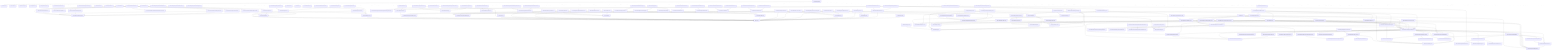
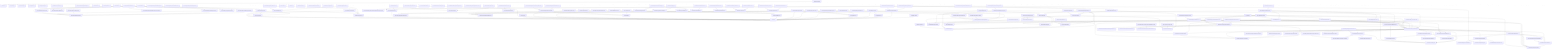
graph TD
  package__ankhorage_studio["@ankhorage/studio"]
  entrypoint_src_index_ts["src/index.ts"]
  package__ankhorage_studio --> entrypoint_src_index_ts
  module_knip_config_ts["knip.config.ts"]
  package__ankhorage_studio -.-> module_knip_config_ts
  module_paradox_config_ts["paradox.config.ts"]
  package__ankhorage_studio -.-> module_paradox_config_ts
  module_src_app_index_ts["src/app/index.ts"]
  package__ankhorage_studio -.-> module_src_app_index_ts
  module_src_app_StudioApp_tsx["src/app/StudioApp.tsx"]
  package__ankhorage_studio -.-> module_src_app_StudioApp_tsx
  module_src_app_StudioDashboard_tsx["src/app/StudioDashboard.tsx"]
  package__ankhorage_studio -.-> module_src_app_StudioDashboard_tsx
  module_src_app_StudioDashboard_tsx --> module_src_hooks_useProjects_ts
  module_src_app_StudioDashboard_tsx --> module_src_hooks_useTemplateSummaries_ts
  module_src_app_StudioDashboard_tsx --> module_src_modules_dashboard_platform_ts
  module_src_app_StudioDashboard_tsx --> module_src_modules_dashboard_search_ts
  module_src_app_StudioDashboard_tsx --> module_src_modules_dashboard_templates_ts
  module_src_app_StudioDashboard_tsx --> module_src_modules_dashboard_types_ts
  module_src_app_StudioDashboard_tsx --> module_src_modules_dashboard_ui_DashboardSectionHeader_tsx
  module_src_app_StudioDashboard_tsx --> module_src_modules_dashboard_ui_ProjectCard_tsx
  module_src_app_StudioDashboard_tsx --> module_src_modules_dashboard_ui_TemplateCard_tsx
  module_src_authFlowContract_test_ts["src/authFlowContract.test.ts"]
  package__ankhorage_studio -.-> module_src_authFlowContract_test_ts
  module_src_authSettings_test_ts["src/authSettings.test.ts"]
  package__ankhorage_studio -.-> module_src_authSettings_test_ts
  module_src_authSettings_test_ts --> module_src_authSettings_ts
  module_src_authSettings_ts["src/authSettings.ts"]
  package__ankhorage_studio -.-> module_src_authSettings_ts
  module_src_canvasDragModel_public_test_ts["src/canvasDragModel.public.test.ts"]
  package__ankhorage_studio -.-> module_src_canvasDragModel_public_test_ts
  module_src_canvasDragModel_public_test_ts --> module_src_canvasDragModel_ts
  module_src_canvasDragModel_public_test_ts --> module_src_canvasDropZones_ts
  module_src_canvasDragModel_test_ts["src/canvasDragModel.test.ts"]
  package__ankhorage_studio -.-> module_src_canvasDragModel_test_ts
  module_src_canvasDragModel_test_ts --> module_src_canvasDragModel_ts
  module_src_canvasDragModel_test_ts --> module_src_canvasDropZones_ts
  module_src_canvasDragModel_ts["src/canvasDragModel.ts"]
  package__ankhorage_studio -.-> module_src_canvasDragModel_ts
  module_src_canvasDragModel_ts --> module_src_canvasDropZones_ts
  module_src_canvasDragModel_ts --> module_src_index_ts
  module_src_canvasDropZones_test_ts["src/canvasDropZones.test.ts"]
  package__ankhorage_studio -.-> module_src_canvasDropZones_test_ts
  module_src_canvasDropZones_test_ts --> module_src_canvasDropZones_ts
  module_src_canvasDropZones_test_ts --> module_src_index_ts
  module_src_canvasDropZones_ts["src/canvasDropZones.ts"]
  package__ankhorage_studio -.-> module_src_canvasDropZones_ts
  module_src_canvasDropZones_ts --> module_src_index_ts
  module_src_cli_index_ts["src/cli/index.ts"]
  package__ankhorage_studio -.-> module_src_cli_index_ts
  module_src_cli_index_ts --> module_src_host_createStudioHost_ts
  module_src_cli_index_ts --> module_src_host_http_server_ts
  module_src_cli_index_ts --> module_src_host_templateRegistry_index_ts
  module_src_cli_index_ts --> module_src_host_utils_workspaceRoot_ts
  module_src_core_constants_ts["src/core/constants.ts"]
  package__ankhorage_studio -.-> module_src_core_constants_ts
  module_src_core_StudioContext_ts["src/core/StudioContext.ts"]
  package__ankhorage_studio -.-> module_src_core_StudioContext_ts
  module_src_core_StudioContext_ts --> module_src_index_ts
  module_src_core_studioPackageBoundary_ts["src/core/studioPackageBoundary.ts"]
  package__ankhorage_studio -.-> module_src_core_studioPackageBoundary_ts
  module_src_core_StudioProvider_ts["src/core/StudioProvider.ts"]
  package__ankhorage_studio -.-> module_src_core_StudioProvider_ts
  module_src_core_StudioProvider_ts --> module_src_core_StudioContext_ts
  module_src_core_StudioProvider_ts --> module_src_index_ts
  module_src_dnd_index_ts["src/dnd/index.ts"]
  package__ankhorage_studio -.-> module_src_dnd_index_ts
  module_src_dnd_primitives_ts["src/dnd/primitives.ts"]
  package__ankhorage_studio -.-> module_src_dnd_primitives_ts
  module_src_dnd_state_ts["src/dnd/state.ts"]
  package__ankhorage_studio -.-> module_src_dnd_state_ts
  module_src_hooks_useProjects_ts["src/hooks/useProjects.ts"]
  package__ankhorage_studio -.-> module_src_hooks_useProjects_ts
  module_src_hooks_useProjects_ts --> module_src_core_constants_ts
  module_src_hooks_useTemplateSummaries_ts["src/hooks/useTemplateSummaries.ts"]
  package__ankhorage_studio -.-> module_src_hooks_useTemplateSummaries_ts
  module_src_hooks_useTemplateSummaries_ts --> module_src_core_constants_ts
  module_src_hooks_useTemplateSummaries_ts --> module_src_modules_dashboard_types_ts
  module_src_host_auth_projectAuthHealthService_ts["src/host/auth/projectAuthHealthService.ts"]
  package__ankhorage_studio -.-> module_src_host_auth_projectAuthHealthService_ts
  module_src_host_auth_projectAuthHealthService_ts --> module_src_host_orchestrator_projectManager_ts
  module_src_host_auth_projectAuthHealthService_ts --> module_src_host_secrets_projectSecretService_ts
  module_src_host_auth_projectAuthHealthService_ts --> module_src_projectAuthHealth_ts
  module_src_host_auth_projectAuthService_test_ts["src/host/auth/projectAuthService.test.ts"]
  package__ankhorage_studio -.-> module_src_host_auth_projectAuthService_test_ts
  module_src_host_auth_projectAuthService_test_ts --> module_src_host_auth_projectAuthService_ts
  module_src_host_auth_projectAuthService_ts["src/host/auth/projectAuthService.ts"]
  package__ankhorage_studio -.-> module_src_host_auth_projectAuthService_ts
  module_src_host_auth_projectAuthService_ts --> module_src_authSettings_ts
  module_src_host_auth_projectAuthService_ts --> module_src_host_orchestrator_projectManager_ts
  module_src_host_createStudioHost_ts["src/host/createStudioHost.ts"]
  package__ankhorage_studio -.-> module_src_host_createStudioHost_ts
  module_src_host_createStudioHost_ts --> module_src_host_orchestrator_infraRuntime_ts
  module_src_host_createStudioHost_ts --> module_src_host_orchestrator_moduleManager_ts
  module_src_host_createStudioHost_ts --> module_src_host_orchestrator_projectManager_ts
  module_src_host_hostLifecycle_smoke_test_ts["src/host/hostLifecycle.smoke.test.ts"]
  package__ankhorage_studio -.-> module_src_host_hostLifecycle_smoke_test_ts
  module_src_host_hostLifecycle_smoke_test_ts --> module_src_host_orchestrator_moduleManager_ts
  module_src_host_hostLifecycle_smoke_test_ts --> module_src_host_orchestrator_projectManager_ts
  module_src_host_hostLifecycle_smoke_test_ts --> module_src_host_templateRegistry_index_ts
  module_src_host_hostOwnership_test_ts["src/host/hostOwnership.test.ts"]
  package__ankhorage_studio -.-> module_src_host_hostOwnership_test_ts
  module_src_host_hostOwnership_test_ts --> module_src_host_http_security_ts
  module_src_host_hostOwnership_test_ts --> module_src_host_orchestrator_projectPaths_ts
  module_src_host_hostOwnership_test_ts --> module_src_host_utils_workspaceRoot_ts
  module_src_host_http_authRoutes_ts["src/host/http/authRoutes.ts"]
  package__ankhorage_studio -.-> module_src_host_http_authRoutes_ts
  module_src_host_http_authRoutes_ts --> module_src_host_auth_projectAuthHealthService_ts
  module_src_host_http_authRoutes_ts --> module_src_host_auth_projectAuthService_ts
  module_src_host_http_authRoutes_ts --> module_src_host_orchestrator_projectManager_ts
  module_src_host_http_authRoutes_ts --> module_src_host_secrets_projectSecretService_ts
  module_src_host_http_secretRoutes_ts["src/host/http/secretRoutes.ts"]
  package__ankhorage_studio -.-> module_src_host_http_secretRoutes_ts
  module_src_host_http_secretRoutes_ts --> module_src_host_orchestrator_projectManager_ts
  module_src_host_http_secretRoutes_ts --> module_src_host_secrets_projectSecretService_ts
  module_src_host_http_security_ts["src/host/http/security.ts"]
  package__ankhorage_studio -.-> module_src_host_http_security_ts
  module_src_host_http_server_ts["src/host/http/server.ts"]
  package__ankhorage_studio -.-> module_src_host_http_server_ts
  module_src_host_http_server_ts --> module_src_host_http_security_ts
  module_src_host_http_server_ts --> module_src_host_orchestrator_infraRuntime_ts
  module_src_host_http_server_ts --> module_src_host_orchestrator_moduleManager_ts
  module_src_host_http_server_ts --> module_src_host_orchestrator_projectManager_ts
  module_src_host_http_server_ts --> module_src_host_orchestrator_resolveMutations_ts
  module_src_host_http_server_ts --> module_src_host_templateRegistry_index_ts
  module_src_host_http_server_ts --> module_src_host_utils_trimOutput_ts
  module_src_host_http_server_ts --> module_src_host_utils_workspaceRoot_ts
  module_src_host_http_serverWithSecrets_ts["src/host/http/serverWithSecrets.ts"]
  package__ankhorage_studio -.-> module_src_host_http_serverWithSecrets_ts
  module_src_host_http_serverWithSecrets_ts --> module_src_host_http_authRoutes_ts
  module_src_host_http_serverWithSecrets_ts --> module_src_host_http_secretRoutes_ts
  module_src_host_http_serverWithSecrets_ts --> module_src_host_http_server_ts
  module_src_host_http_serverWithSecrets_ts --> module_src_host_orchestrator_moduleManager_ts
  module_src_host_http_serverWithSecrets_ts --> module_src_host_orchestrator_projectManager_ts
  module_src_host_http_serverWithSecrets_ts --> module_src_host_utils_workspaceRoot_ts
  module_src_host_http_standalone_ts["src/host/http/standalone.ts"]
  package__ankhorage_studio -.-> module_src_host_http_standalone_ts
  module_src_host_http_standalone_ts --> module_src_host_http_serverWithSecrets_ts
  module_src_host_index_ts["src/host/index.ts"]
  package__ankhorage_studio -.-> module_src_host_index_ts
  module_src_host_layout_auth_resolveAuthLayoutPlan_test_ts["src/host/layout/auth/resolveAuthLayoutPlan.test.ts"]
  package__ankhorage_studio -.-> module_src_host_layout_auth_resolveAuthLayoutPlan_test_ts
  module_src_host_layout_auth_resolveAuthLayoutPlan_test_ts --> module_src_host_layout_auth_resolveAuthLayoutPlan_ts
  module_src_host_layout_auth_resolveAuthLayoutPlan_ts["src/host/layout/auth/resolveAuthLayoutPlan.ts"]
  package__ankhorage_studio -.-> module_src_host_layout_auth_resolveAuthLayoutPlan_ts
  module_src_host_layout_layoutGenerator_test_ts["src/host/layout/layoutGenerator.test.ts"]
  package__ankhorage_studio -.-> module_src_host_layout_layoutGenerator_test_ts
  module_src_host_layout_layoutGenerator_test_ts --> module_src_host_layout_layoutGenerator_ts
  module_src_host_layout_layoutGenerator_ts["src/host/layout/layoutGenerator.ts"]
  package__ankhorage_studio -.-> module_src_host_layout_layoutGenerator_ts
  module_src_host_layout_layoutGenerator_ts --> module_src_host_layout_auth_resolveAuthLayoutPlan_ts
  module_src_host_layout_layoutGenerator_ts --> module_src_host_layout_templates_index_ts
  module_src_host_layout_layoutGenerator_ts --> module_src_host_modules_layout_ts
  module_src_host_layout_templates_auth_adapter_ts["src/host/layout/templates/auth/adapter.ts"]
  package__ankhorage_studio -.-> module_src_host_layout_templates_auth_adapter_ts
  module_src_host_layout_templates_auth_screen_ts["src/host/layout/templates/auth/screen.ts"]
  package__ankhorage_studio -.-> module_src_host_layout_templates_auth_screen_ts
  module_src_host_layout_templates_auth_screen_ts --> module_src_host_layout_templates_utils_routes_ts
  module_src_host_layout_templates_auth_screen_ts --> module_src_host_layout_templates_utils_strings_ts
  module_src_host_layout_templates_auth_screen_ts --> module_src_host_layout_utils_escapeStringLiteral_ts
  module_src_host_layout_templates_auth_session_ts["src/host/layout/templates/auth/session.ts"]
  package__ankhorage_studio -.-> module_src_host_layout_templates_auth_session_ts
  module_src_host_layout_templates_auth_signOut_ts["src/host/layout/templates/auth/signOut.ts"]
  package__ankhorage_studio -.-> module_src_host_layout_templates_auth_signOut_ts
  module_src_host_layout_templates_index_ts["src/host/layout/templates/index.ts"]
  package__ankhorage_studio -.-> module_src_host_layout_templates_index_ts
  module_src_host_layout_templates_navigation_ts["src/host/layout/templates/navigation.ts"]
  package__ankhorage_studio -.-> module_src_host_layout_templates_navigation_ts
  module_src_host_layout_templates_navigation_ts --> module_src_host_layout_utils_escapeStringLiteral_ts
  module_src_host_layout_templates_nestedLayout_ts["src/host/layout/templates/nestedLayout.ts"]
  package__ankhorage_studio -.-> module_src_host_layout_templates_nestedLayout_ts
  module_src_host_layout_templates_nestedLayout_ts --> module_src_host_layout_templates_navigation_ts
  module_src_host_layout_templates_nestedLayout_ts --> module_src_host_layout_templates_utils_strings_ts
  module_src_host_layout_templates_redirect_ts["src/host/layout/templates/redirect.ts"]
  package__ankhorage_studio -.-> module_src_host_layout_templates_redirect_ts
  module_src_host_layout_templates_redirect_ts --> module_src_host_layout_utils_escapeStringLiteral_ts
  module_src_host_layout_templates_rootLayout_test_ts["src/host/layout/templates/rootLayout.test.ts"]
  package__ankhorage_studio -.-> module_src_host_layout_templates_rootLayout_test_ts
  module_src_host_layout_templates_rootLayout_test_ts --> module_src_host_layout_templates_rootLayout_ts
  module_src_host_layout_templates_rootLayout_ts["src/host/layout/templates/rootLayout.ts"]
  package__ankhorage_studio -.-> module_src_host_layout_templates_rootLayout_ts
  module_src_host_layout_templates_rootLayout_ts --> module_src_host_layout_templates_navigation_ts
  module_src_host_layout_templates_rootLayout_ts --> module_src_host_layout_templates_utils_routes_ts
  module_src_host_layout_templates_rootLayout_ts --> module_src_host_layout_utils_escapeStringLiteral_ts
  module_src_host_layout_templates_rootLayout_ts --> module_src_host_modules_layout_ts
  module_src_host_layout_templates_screen_ts["src/host/layout/templates/screen.ts"]
  package__ankhorage_studio -.-> module_src_host_layout_templates_screen_ts
  module_src_host_layout_templates_screen_ts --> module_src_host_layout_templates_utils_strings_ts
  module_src_host_layout_templates_screen_ts --> module_src_host_layout_utils_escapeStringLiteral_ts
  module_src_host_layout_templates_utils_routes_ts["src/host/layout/templates/utils/routes.ts"]
  package__ankhorage_studio -.-> module_src_host_layout_templates_utils_routes_ts
  module_src_host_layout_templates_utils_strings_ts["src/host/layout/templates/utils/strings.ts"]
  package__ankhorage_studio -.-> module_src_host_layout_templates_utils_strings_ts
  module_src_host_layout_utils_escapeStringLiteral_ts["src/host/layout/utils/escapeStringLiteral.ts"]
  package__ankhorage_studio -.-> module_src_host_layout_utils_escapeStringLiteral_ts
  module_src_host_manifestSystem_auth_index_ts["src/host/manifestSystem/auth/index.ts"]
  package__ankhorage_studio -.-> module_src_host_manifestSystem_auth_index_ts
  module_src_host_manifestSystem_auth_shared_global_auth_system_tpl_ts["src/host/manifestSystem/auth/shared/global.auth.system.tpl.ts"]
  package__ankhorage_studio -.-> module_src_host_manifestSystem_auth_shared_global_auth_system_tpl_ts
  module_src_host_manifestSystem_auth_shared_index_ts["src/host/manifestSystem/auth/shared/index.ts"]
  package__ankhorage_studio -.-> module_src_host_manifestSystem_auth_shared_index_ts
  module_src_host_manifestSystem_auth_shared_index_ts --> module_src_host_manifestSystem_auth_shared_global_auth_system_tpl_ts
  module_src_host_manifestSystem_auth_shared_index_ts --> module_src_host_manifestSystem_types_ts
  module_src_host_manifestSystem_index_ts["src/host/manifestSystem/index.ts"]
  package__ankhorage_studio -.-> module_src_host_manifestSystem_index_ts
  module_src_host_manifestSystem_index_ts --> module_src_host_manifestSystem_auth_index_ts
  module_src_host_manifestSystem_index_ts --> module_src_host_manifestSystem_types_ts
  module_src_host_manifestSystem_index_ts --> module_src_host_utils_requirementsInference_ts
  module_src_host_manifestSystem_types_ts["src/host/manifestSystem/types.ts"]
  package__ankhorage_studio -.-> module_src_host_manifestSystem_types_ts
  module_src_host_modules_catalog_ts["src/host/modules/catalog.ts"]
  package__ankhorage_studio -.-> module_src_host_modules_catalog_ts
  module_src_host_modules_catalog_ts --> module_src_host_modules_layout_ts
  module_src_host_modules_layout_ts["src/host/modules/layout.ts"]
  package__ankhorage_studio -.-> module_src_host_modules_layout_ts
  module_src_host_modules_runtime_LocalFsTargetAdapter_ts["src/host/modules/runtime/LocalFsTargetAdapter.ts"]
  package__ankhorage_studio -.-> module_src_host_modules_runtime_LocalFsTargetAdapter_ts
  module_src_host_orchestrator_generatedAppFiles_ts["src/host/orchestrator/generatedAppFiles.ts"]
  package__ankhorage_studio -.-> module_src_host_orchestrator_generatedAppFiles_ts
  module_src_host_orchestrator_generatedAppFiles_ts --> module_src_host_zoraExtensions_index_ts
  module_src_host_orchestrator_generatedRouteCleanup_ts["src/host/orchestrator/generatedRouteCleanup.ts"]
  package__ankhorage_studio -.-> module_src_host_orchestrator_generatedRouteCleanup_ts
  module_src_host_orchestrator_infraGenerator_ts["src/host/orchestrator/infraGenerator.ts"]
  package__ankhorage_studio -.-> module_src_host_orchestrator_infraGenerator_ts
  module_src_host_orchestrator_infraGenerator_ts --> module_src_host_orchestrator_infraValidation_ts
  module_src_host_orchestrator_infraRuntime_ts["src/host/orchestrator/infraRuntime.ts"]
  package__ankhorage_studio -.-> module_src_host_orchestrator_infraRuntime_ts
  module_src_host_orchestrator_infraRuntime_ts --> module_src_host_orchestrator_projectPaths_ts
  module_src_host_orchestrator_infraValidation_ts["src/host/orchestrator/infraValidation.ts"]
  package__ankhorage_studio -.-> module_src_host_orchestrator_infraValidation_ts
  module_src_host_orchestrator_moduleManager_ts["src/host/orchestrator/moduleManager.ts"]
  package__ankhorage_studio -.-> module_src_host_orchestrator_moduleManager_ts
  module_src_host_orchestrator_moduleManager_ts --> module_src_host_modules_catalog_ts
  module_src_host_orchestrator_moduleManager_ts --> module_src_host_modules_runtime_LocalFsTargetAdapter_ts
  module_src_host_orchestrator_moduleManager_ts --> module_src_host_orchestrator_projectManager_ts
  module_src_host_orchestrator_moduleManager_ts --> module_src_host_orchestrator_resolveMutations_ts
  module_src_host_orchestrator_projectDeletion_ts["src/host/orchestrator/projectDeletion.ts"]
  package__ankhorage_studio -.-> module_src_host_orchestrator_projectDeletion_ts
  module_src_host_orchestrator_projectManager_ts["src/host/orchestrator/projectManager.ts"]
  package__ankhorage_studio -.-> module_src_host_orchestrator_projectManager_ts
  module_src_host_orchestrator_projectManager_ts --> module_src_host_layout_layoutGenerator_ts
  module_src_host_orchestrator_projectManager_ts --> module_src_host_manifestSystem_index_ts
  module_src_host_orchestrator_projectManager_ts --> module_src_host_modules_layout_ts
  module_src_host_orchestrator_projectManager_ts --> module_src_host_orchestrator_generatedRouteCleanup_ts
  module_src_host_orchestrator_projectManager_ts --> module_src_host_orchestrator_infraGenerator_ts
  module_src_host_orchestrator_projectManager_ts --> module_src_host_orchestrator_infraRuntime_ts
  module_src_host_orchestrator_projectManager_ts --> module_src_host_orchestrator_projectDeletion_ts
  module_src_host_orchestrator_projectManager_ts --> module_src_host_orchestrator_projectPaths_ts
  module_src_host_orchestrator_projectManager_ts --> module_src_host_orchestrator_projectStore_ts
  module_src_host_orchestrator_projectManager_ts --> module_src_host_orchestrator_resolveMutations_ts
  module_src_host_orchestrator_projectManager_ts --> module_src_host_orchestrator_scaffolder_ts
  module_src_host_orchestrator_projectManager_ts --> module_src_host_orchestrator_templates_ts
  module_src_host_orchestrator_projectManager_ts --> module_src_host_orchestrator_workspaceRuntime_ts
  module_src_host_orchestrator_projectManager_ts --> module_src_host_templateRegistry_index_ts
  module_src_host_orchestrator_projectManager_ts --> module_src_host_zoraExtensions_index_ts
  module_src_host_orchestrator_projectPaths_ts["src/host/orchestrator/projectPaths.ts"]
  package__ankhorage_studio -.-> module_src_host_orchestrator_projectPaths_ts
  module_src_host_orchestrator_projectStore_ts["src/host/orchestrator/projectStore.ts"]
  package__ankhorage_studio -.-> module_src_host_orchestrator_projectStore_ts
  module_src_host_orchestrator_projectStore_ts --> module_src_host_orchestrator_projectPaths_ts
  module_src_host_orchestrator_resolveMutations_ts["src/host/orchestrator/resolveMutations.ts"]
  package__ankhorage_studio -.-> module_src_host_orchestrator_resolveMutations_ts
  module_src_host_orchestrator_resolveMutations_ts --> module_src_host_modules_catalog_ts
  module_src_host_orchestrator_resolveMutations_ts --> module_src_host_modules_layout_ts
  module_src_host_orchestrator_scaffolder_ts["src/host/orchestrator/scaffolder.ts"]
  package__ankhorage_studio -.-> module_src_host_orchestrator_scaffolder_ts
  module_src_host_orchestrator_scaffolder_ts --> module_src_host_manifestSystem_index_ts
  module_src_host_orchestrator_scaffolder_ts --> module_src_host_orchestrator_generatedAppFiles_ts
  module_src_host_orchestrator_scaffolder_ts --> module_src_host_orchestrator_templates_ts
  module_src_host_orchestrator_scaffolder_ts --> module_src_host_templateRegistry_index_ts
  module_src_host_orchestrator_scaffolder_ts --> module_src_host_zoraExtensions_index_ts
  module_src_host_orchestrator_templates_ts["src/host/orchestrator/templates.ts"]
  package__ankhorage_studio -.-> module_src_host_orchestrator_templates_ts
  module_src_host_orchestrator_workspaceRuntime_ts["src/host/orchestrator/workspaceRuntime.ts"]
  package__ankhorage_studio -.-> module_src_host_orchestrator_workspaceRuntime_ts
  module_src_host_secrets_bunSupabaseVaultClient_ts["src/host/secrets/bunSupabaseVaultClient.ts"]
  package__ankhorage_studio -.-> module_src_host_secrets_bunSupabaseVaultClient_ts
  module_src_host_secrets_projectSecretService_test_ts["src/host/secrets/projectSecretService.test.ts"]
  package__ankhorage_studio -.-> module_src_host_secrets_projectSecretService_test_ts
  module_src_host_secrets_projectSecretService_test_ts --> module_src_host_secrets_projectSecretService_ts
  module_src_host_secrets_projectSecretService_ts["src/host/secrets/projectSecretService.ts"]
  package__ankhorage_studio -.-> module_src_host_secrets_projectSecretService_ts
  module_src_host_secrets_projectSecretService_ts --> module_src_host_orchestrator_projectManager_ts
  module_src_host_secrets_projectSecretService_ts --> module_src_host_orchestrator_projectPaths_ts
  module_src_host_secrets_projectSecretService_ts --> module_src_host_secrets_bunSupabaseVaultClient_ts
  module_src_host_secrets_projectSecretService_ts --> module_src_host_secrets_resolveProjectSecretDatabaseUrl_ts
  module_src_host_secrets_projectSecretService_ts --> module_src_projectSecretUsage_ts
  module_src_host_secrets_resolveProjectSecretDatabaseUrl_test_ts["src/host/secrets/resolveProjectSecretDatabaseUrl.test.ts"]
  package__ankhorage_studio -.-> module_src_host_secrets_resolveProjectSecretDatabaseUrl_test_ts
  module_src_host_secrets_resolveProjectSecretDatabaseUrl_test_ts --> module_src_host_secrets_resolveProjectSecretDatabaseUrl_ts
  module_src_host_secrets_resolveProjectSecretDatabaseUrl_ts["src/host/secrets/resolveProjectSecretDatabaseUrl.ts"]
  package__ankhorage_studio -.-> module_src_host_secrets_resolveProjectSecretDatabaseUrl_ts
  module_src_host_templateRegistry_index_ts["src/host/templateRegistry/index.ts"]
  package__ankhorage_studio -.-> module_src_host_templateRegistry_index_ts
  module_src_host_utils_requirementsInference_ts["src/host/utils/requirementsInference.ts"]
  package__ankhorage_studio -.-> module_src_host_utils_requirementsInference_ts
  module_src_host_utils_trimOutput_ts["src/host/utils/trimOutput.ts"]
  package__ankhorage_studio -.-> module_src_host_utils_trimOutput_ts
  module_src_host_utils_workspaceRoot_ts["src/host/utils/workspaceRoot.ts"]
  package__ankhorage_studio -.-> module_src_host_utils_workspaceRoot_ts
  module_src_host_zoraExtensions_index_ts["src/host/zoraExtensions/index.ts"]
  package__ankhorage_studio -.-> module_src_host_zoraExtensions_index_ts
  module_src_host_zoraExtensions_index_ts --> module_src_host_templateRegistry_index_ts
  module_src_index_test_ts["src/index.test.ts"]
  package__ankhorage_studio -.-> module_src_index_test_ts
  module_src_index_test_ts --> module_src_index_ts
  module_src_index_ts["src/index.ts"]
  module_src_insertModalModel_public_test_ts["src/insertModalModel.public.test.ts"]
  package__ankhorage_studio -.-> module_src_insertModalModel_public_test_ts
  module_src_insertModalModel_public_test_ts --> module_src_index_ts
  module_src_insertModalModel_public_test_ts --> module_src_insertModalModel_ts
  module_src_insertModalModel_test_ts["src/insertModalModel.test.ts"]
  package__ankhorage_studio -.-> module_src_insertModalModel_test_ts
  module_src_insertModalModel_test_ts --> module_src_index_ts
  module_src_insertModalModel_test_ts --> module_src_insertModalModel_ts
  module_src_insertModalModel_ts["src/insertModalModel.ts"]
  package__ankhorage_studio -.-> module_src_insertModalModel_ts
  module_src_insertModalModel_ts --> module_src_index_ts
  module_src_localizationConfig_public_test_ts["src/localizationConfig.public.test.ts"]
  package__ankhorage_studio -.-> module_src_localizationConfig_public_test_ts
  module_src_localizationConfig_public_test_ts --> module_src_localizationConfig_ts
  module_src_localizationConfig_test_ts["src/localizationConfig.test.ts"]
  package__ankhorage_studio -.-> module_src_localizationConfig_test_ts
  module_src_localizationConfig_test_ts --> module_src_localizationConfig_ts
  module_src_localizationConfig_ts["src/localizationConfig.ts"]
  package__ankhorage_studio -.-> module_src_localizationConfig_ts
  module_src_localizationPanelModel_test_ts["src/localizationPanelModel.test.ts"]
  package__ankhorage_studio -.-> module_src_localizationPanelModel_test_ts
  module_src_localizationPanelModel_test_ts --> module_src_localizationPanelModel_ts
  module_src_localizationPanelModel_ts["src/localizationPanelModel.ts"]
  package__ankhorage_studio -.-> module_src_localizationPanelModel_ts
  module_src_manifestNavigatorPreviewModel_public_test_ts["src/manifestNavigatorPreviewModel.public.test.ts"]
  package__ankhorage_studio -.-> module_src_manifestNavigatorPreviewModel_public_test_ts
  module_src_manifestNavigatorPreviewModel_public_test_ts --> module_src_manifestNavigatorPreviewModel_ts
  module_src_manifestNavigatorPreviewModel_test_ts["src/manifestNavigatorPreviewModel.test.ts"]
  package__ankhorage_studio -.-> module_src_manifestNavigatorPreviewModel_test_ts
  module_src_manifestNavigatorPreviewModel_test_ts --> module_src_manifestNavigatorPreviewModel_ts
  module_src_manifestNavigatorPreviewModel_ts["src/manifestNavigatorPreviewModel.ts"]
  package__ankhorage_studio -.-> module_src_manifestNavigatorPreviewModel_ts
  module_src_manifestNavigatorPreviewModel_ts --> module_src_routeUtils_ts
  module_src_manifestState_public_test_ts["src/manifestState.public.test.ts"]
  package__ankhorage_studio -.-> module_src_manifestState_public_test_ts
  module_src_manifestState_public_test_ts --> module_src_index_ts
  module_src_manifestState_public_test_ts --> module_src_manifestState_ts
  module_src_manifestState_routes_test_ts["src/manifestState.routes.test.ts"]
  package__ankhorage_studio -.-> module_src_manifestState_routes_test_ts
  module_src_manifestState_routes_test_ts --> module_src_index_ts
  module_src_manifestState_routes_test_ts --> module_src_manifestState_ts
  module_src_manifestState_test_ts["src/manifestState.test.ts"]
  package__ankhorage_studio -.-> module_src_manifestState_test_ts
  module_src_manifestState_test_ts --> module_src_index_ts
  module_src_manifestState_test_ts --> module_src_manifestState_ts
  module_src_manifestState_ts["src/manifestState.ts"]
  package__ankhorage_studio -.-> module_src_manifestState_ts
  module_src_manifestState_ts --> module_src_index_ts
  module_src_manifestSync_test_ts["src/manifestSync.test.ts"]
  package__ankhorage_studio -.-> module_src_manifestSync_test_ts
  module_src_manifestSync_test_ts --> module_src_index_ts
  module_src_manifestSync_test_ts --> module_src_manifestSync_ts
  module_src_manifestSync_ts["src/manifestSync.ts"]
  package__ankhorage_studio -.-> module_src_manifestSync_ts
  module_src_manifestSync_ts --> module_src_index_ts
  module_src_modules_dashboard_platform_ts["src/modules/dashboard/platform.ts"]
  package__ankhorage_studio -.-> module_src_modules_dashboard_platform_ts
  module_src_modules_dashboard_search_ts["src/modules/dashboard/search.ts"]
  package__ankhorage_studio -.-> module_src_modules_dashboard_search_ts
  module_src_modules_dashboard_search_ts --> module_src_modules_dashboard_types_ts
  module_src_modules_dashboard_templates_ts["src/modules/dashboard/templates.ts"]
  package__ankhorage_studio -.-> module_src_modules_dashboard_templates_ts
  module_src_modules_dashboard_templates_ts --> module_src_modules_dashboard_types_ts
  module_src_modules_dashboard_types_ts["src/modules/dashboard/types.ts"]
  package__ankhorage_studio -.-> module_src_modules_dashboard_types_ts
  module_src_modules_dashboard_ui_DashboardSectionHeader_tsx["src/modules/dashboard/ui/DashboardSectionHeader.tsx"]
  package__ankhorage_studio -.-> module_src_modules_dashboard_ui_DashboardSectionHeader_tsx
  module_src_modules_dashboard_ui_ProjectCard_tsx["src/modules/dashboard/ui/ProjectCard.tsx"]
  package__ankhorage_studio -.-> module_src_modules_dashboard_ui_ProjectCard_tsx
  module_src_modules_dashboard_ui_ProjectCard_tsx --> module_src_modules_dashboard_types_ts
  module_src_modules_dashboard_ui_TemplateCard_tsx["src/modules/dashboard/ui/TemplateCard.tsx"]
  package__ankhorage_studio -.-> module_src_modules_dashboard_ui_TemplateCard_tsx
  module_src_modules_dashboard_ui_TemplateCard_tsx --> module_src_modules_dashboard_types_ts
  module_src_projectAuthApi_test_ts["src/projectAuthApi.test.ts"]
  package__ankhorage_studio -.-> module_src_projectAuthApi_test_ts
  module_src_projectAuthApi_test_ts --> module_src_authSettings_ts
  module_src_projectAuthApi_test_ts --> module_src_projectAuthApi_ts
  module_src_projectAuthApi_ts["src/projectAuthApi.ts"]
  package__ankhorage_studio -.-> module_src_projectAuthApi_ts
  module_src_projectAuthApi_ts --> module_src_authSettings_ts
  module_src_projectAuthApi_ts --> module_src_projectAuthHealth_ts
  module_src_projectAuthApi_ts --> module_src_secretResponseGuard_ts
  module_src_projectAuthHealth_test_ts["src/projectAuthHealth.test.ts"]
  package__ankhorage_studio -.-> module_src_projectAuthHealth_test_ts
  module_src_projectAuthHealth_test_ts --> module_src_projectAuthHealth_ts
  module_src_projectAuthHealth_ts["src/projectAuthHealth.ts"]
  package__ankhorage_studio -.-> module_src_projectAuthHealth_ts
  module_src_projectAuthHealth_ts --> module_src_authSettings_ts
  module_src_projectSecretApi_test_ts["src/projectSecretApi.test.ts"]
  package__ankhorage_studio -.-> module_src_projectSecretApi_test_ts
  module_src_projectSecretApi_test_ts --> module_src_projectSecretApi_ts
  module_src_projectSecretApi_ts["src/projectSecretApi.ts"]
  package__ankhorage_studio -.-> module_src_projectSecretApi_ts
  module_src_projectSecretApi_ts --> module_src_projectSecretUsage_ts
  module_src_projectSecretApi_ts --> module_src_secretResponseGuard_ts
  module_src_projectSecretUsage_test_ts["src/projectSecretUsage.test.ts"]
  package__ankhorage_studio -.-> module_src_projectSecretUsage_test_ts
  module_src_projectSecretUsage_test_ts --> module_src_projectSecretUsage_ts
  module_src_projectSecretUsage_ts["src/projectSecretUsage.ts"]
  package__ankhorage_studio -.-> module_src_projectSecretUsage_ts
  module_src_root_test_ts["src/root.test.ts"]
  package__ankhorage_studio -.-> module_src_root_test_ts
  module_src_root_ts["src/root.ts"]
  package__ankhorage_studio -.-> module_src_root_ts
  module_src_routeUtils_public_test_ts["src/routeUtils.public.test.ts"]
  package__ankhorage_studio -.-> module_src_routeUtils_public_test_ts
  module_src_routeUtils_public_test_ts --> module_src_routeUtils_ts
  module_src_routeUtils_test_ts["src/routeUtils.test.ts"]
  package__ankhorage_studio -.-> module_src_routeUtils_test_ts
  module_src_routeUtils_test_ts --> module_src_routeUtils_ts
  module_src_routeUtils_ts["src/routeUtils.ts"]
  package__ankhorage_studio -.-> module_src_routeUtils_ts
  module_src_runtime_actionSuppression_ts["src/runtime/actionSuppression.ts"]
  package__ankhorage_studio -.-> module_src_runtime_actionSuppression_ts
  module_src_runtime_appExtensionRegistry_ts["src/runtime/appExtensionRegistry.ts"]
  package__ankhorage_studio -.-> module_src_runtime_appExtensionRegistry_ts
  module_src_runtime_index_ts["src/runtime/index.ts"]
  package__ankhorage_studio -.-> module_src_runtime_index_ts
  module_src_runtime_localizationPreview_ts["src/runtime/localizationPreview.ts"]
  package__ankhorage_studio -.-> module_src_runtime_localizationPreview_ts
  module_src_runtime_overlay_test_ts["src/runtime/overlay.test.ts"]
  package__ankhorage_studio -.-> module_src_runtime_overlay_test_ts
  module_src_runtime_previewRegistry_ts["src/runtime/previewRegistry.ts"]
  package__ankhorage_studio -.-> module_src_runtime_previewRegistry_ts
  module_src_runtime_previewRuntimeConfig_ts["src/runtime/previewRuntimeConfig.ts"]
  package__ankhorage_studio -.-> module_src_runtime_previewRuntimeConfig_ts
  module_src_runtime_previewRuntimeConfig_ts --> module_src_runtime_actionSuppression_ts
  module_src_runtime_previewRuntimeConfig_ts --> module_src_runtime_previewRegistry_ts
  module_src_runtime_registry_tsx["src/runtime/registry.tsx"]
  package__ankhorage_studio -.-> module_src_runtime_registry_tsx
  module_src_runtime_registry_tsx --> module_src_runtime_appExtensionRegistry_ts
  module_src_runtime_runtimeActions_ts["src/runtime/runtimeActions.ts"]
  package__ankhorage_studio -.-> module_src_runtime_runtimeActions_ts
  module_src_runtime_useRuntimeAction_ts["src/runtime/useRuntimeAction.ts"]
  package__ankhorage_studio -.-> module_src_runtime_useRuntimeAction_ts
  module_src_runtime_useRuntimeAction_ts --> module_src_runtime_runtimeActions_ts
  module_src_runtimeDiagnosticsModel_test_ts["src/runtimeDiagnosticsModel.test.ts"]
  package__ankhorage_studio -.-> module_src_runtimeDiagnosticsModel_test_ts
  module_src_runtimeDiagnosticsModel_test_ts --> module_src_runtimeDiagnosticsModel_ts
  module_src_runtimeDiagnosticsModel_ts["src/runtimeDiagnosticsModel.ts"]
  package__ankhorage_studio -.-> module_src_runtimeDiagnosticsModel_ts
  module_src_runtimeLocalization_public_test_ts["src/runtimeLocalization.public.test.ts"]
  package__ankhorage_studio -.-> module_src_runtimeLocalization_public_test_ts
  module_src_runtimeLocalization_public_test_ts --> module_src_runtimeLocalization_ts
  module_src_runtimeLocalization_test_ts["src/runtimeLocalization.test.ts"]
  package__ankhorage_studio -.-> module_src_runtimeLocalization_test_ts
  module_src_runtimeLocalization_test_ts --> module_src_runtimeLocalization_ts
  module_src_runtimeLocalization_ts["src/runtimeLocalization.ts"]
  package__ankhorage_studio -.-> module_src_runtimeLocalization_ts
  module_src_secretResponseGuard_test_ts["src/secretResponseGuard.test.ts"]
  package__ankhorage_studio -.-> module_src_secretResponseGuard_test_ts
  module_src_secretResponseGuard_test_ts --> module_src_secretResponseGuard_ts
  module_src_secretResponseGuard_ts["src/secretResponseGuard.ts"]
  package__ankhorage_studio -.-> module_src_secretResponseGuard_ts
  module_src_studioAdminRouteModel_test_ts["src/studioAdminRouteModel.test.ts"]
  package__ankhorage_studio -.-> module_src_studioAdminRouteModel_test_ts
  module_src_studioAdminRouteModel_test_ts --> module_src_studioAdminRouteModel_ts
  module_src_studioAdminRouteModel_ts["src/studioAdminRouteModel.ts"]
  package__ankhorage_studio -.-> module_src_studioAdminRouteModel_ts
  module_src_studioAdminRouteModel_ts --> module_src_index_ts
  module_src_studioSelectionModel_knip_test_ts["src/studioSelectionModel.knip.test.ts"]
  package__ankhorage_studio -.-> module_src_studioSelectionModel_knip_test_ts
  module_src_studioSelectionModel_knip_test_ts --> module_src_studioSelectionModel_ts
  module_src_studioSelectionModel_test_ts["src/studioSelectionModel.test.ts"]
  package__ankhorage_studio -.-> module_src_studioSelectionModel_test_ts
  module_src_studioSelectionModel_test_ts --> module_src_studioSelectionModel_ts
  module_src_studioSelectionModel_ts["src/studioSelectionModel.ts"]
  package__ankhorage_studio -.-> module_src_studioSelectionModel_ts
  module_src_ui_AnkhStudio_ts["src/ui/AnkhStudio.ts"]
  package__ankhorage_studio -.-> module_src_ui_AnkhStudio_ts
  module_src_ui_AnkhStudio_ts --> module_src_core_StudioContext_ts
+   module_src_ui_StudioAdminOverlay_test_ts["src/ui/StudioAdminOverlay.test.ts"]
+   package__ankhorage_studio -.-> module_src_ui_StudioAdminOverlay_test_ts
  module_src_ui_StudioAdminOverlay_tsx["src/ui/StudioAdminOverlay.tsx"]
  package__ankhorage_studio -.-> module_src_ui_StudioAdminOverlay_tsx
  module_src_ui_StudioAdminOverlay_tsx --> module_src_projectSecretApi_ts
  module_src_ui_StudioAdminOverlay_tsx --> module_src_projectSecretUsage_ts
+   module_src_ui_StudioAuthSettingsOverlay_test_ts["src/ui/StudioAuthSettingsOverlay.test.ts"]
+   package__ankhorage_studio -.-> module_src_ui_StudioAuthSettingsOverlay_test_ts
  module_src_ui_StudioAuthSettingsOverlay_tsx["src/ui/StudioAuthSettingsOverlay.tsx"]
  package__ankhorage_studio -.-> module_src_ui_StudioAuthSettingsOverlay_tsx
  module_src_ui_StudioAuthSettingsOverlay_tsx --> module_src_authSettings_ts
  module_src_ui_StudioAuthSettingsOverlay_tsx --> module_src_projectAuthApi_ts
  module_src_ui_StudioAuthSettingsOverlay_tsx --> module_src_projectAuthHealth_ts
+   module_src_ui_StudioAuthSettingsOverlay_tsx --> module_src_projectSecretApi_ts
  module_src_ui_useStudioAppBarAugmentation_test_ts["src/ui/useStudioAppBarAugmentation.test.ts"]
  package__ankhorage_studio -.-> module_src_ui_useStudioAppBarAugmentation_test_ts
  module_src_ui_useStudioAppBarAugmentation_ts["src/ui/useStudioAppBarAugmentation.ts"]
  package__ankhorage_studio -.-> module_src_ui_useStudioAppBarAugmentation_ts
  module_src_ui_useStudioAppBarAugmentation_ts --> module_src_core_StudioContext_ts
  module_src_ui_useStudioAppBarAugmentation_ts --> module_src_studioAdminRouteModel_ts
  module_src_ui_useStudioAppBarAugmentation_ts --> module_src_ui_StudioAdminOverlay_tsx
  module_src_ui_useStudioAppBarAugmentation_ts --> module_src_ui_StudioAuthSettingsOverlay_tsx
  module_src_utils_treeUtils_ts["src/utils/treeUtils.ts"]
  package__ankhorage_studio -.-> module_src_utils_treeUtils_ts
  module_src_utils_treeUtils_ts --> module_src_index_ts
